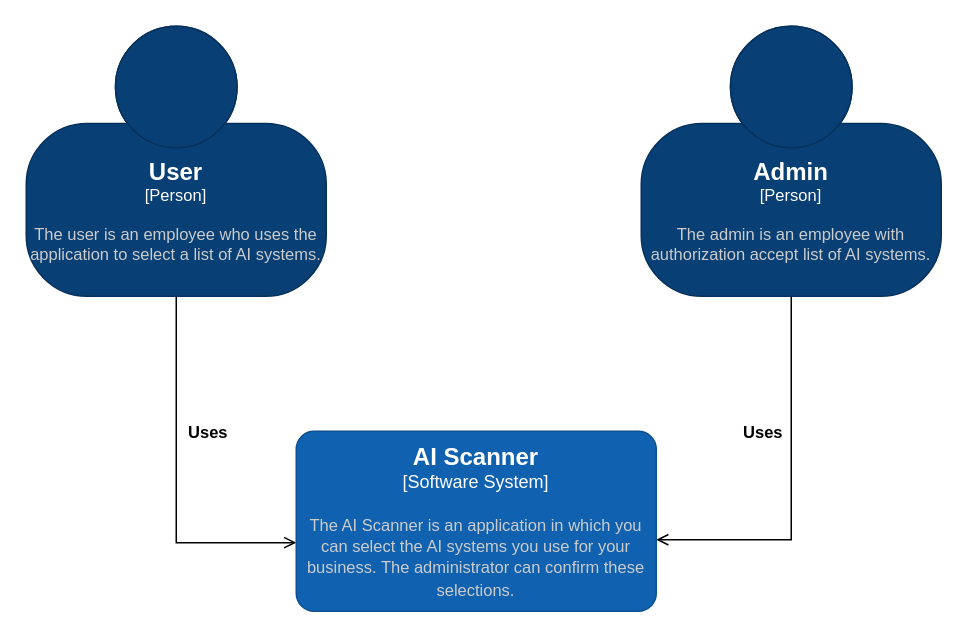
The draw.io diagram DrawIO/BaeContextDiagram.drawio in Proftaak-S3-TeamBae/Specification, before the edit. Source tidied: cells renumbered, new cells numbered last; positions are measured from the earlier drawing's top-left corner, leaving out a move shared by most shapes. Both pictures are drawn from the tidied source at 150%, with x=0, y=0 at pixel (26, 26).
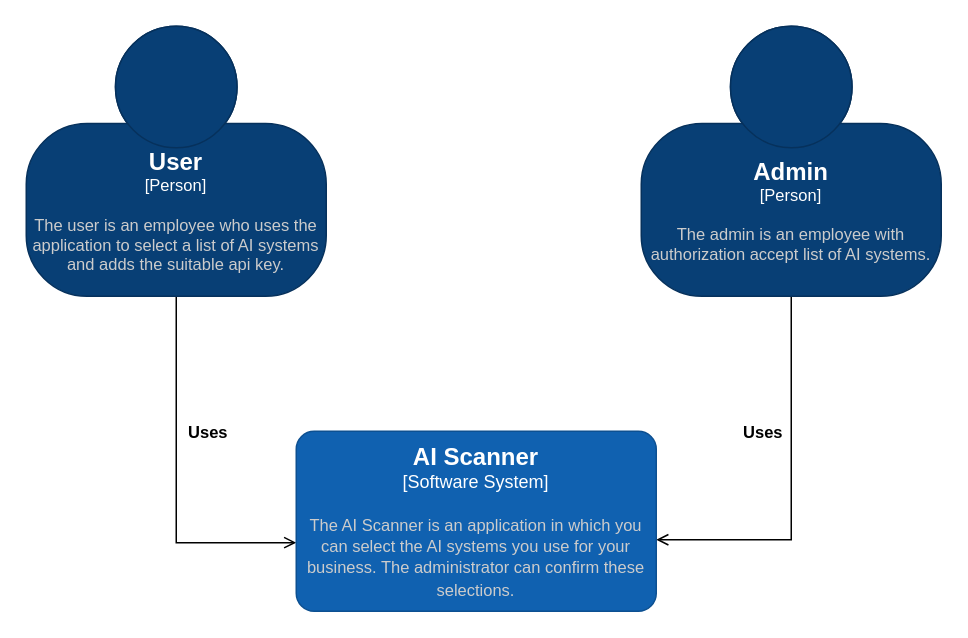
The same diagram, later.

Commit message (it also covers changes not shown here):
Updated Context Diagram and C4 Level 2

Diff of the diagram source:
```diff
@@
 <mxGraphModel>
   <root>
     <mxCell id="0" />
     <mxCell id="1" parent="0" />
     <mxCell id="2" style="edgeStyle=orthogonalEdgeStyle;rounded=0;jettySize=auto;html=1;exitX=0.5;exitY=1;exitDx=0;exitDy=0;exitPerimeter=0;entryX=0;entryY=0.619;entryDx=0;entryDy=0;entryPerimeter=0;endArrow=open;endFill=0;" parent="1" edge="1" source="4" target="8">
       <mxGeometry relative="1" as="geometry" />
     </mxCell>
     <mxCell id="3" value="&lt;b&gt;Uses&lt;/b&gt;" style="edgeLabel;html=1;align=center;verticalAlign=middle;" parent="2" vertex="1">
       <mxGeometry x="-0.37" relative="1" as="geometry">
         <mxPoint x="20" y="13" as="offset" />
       </mxGeometry>
     </mxCell>
-    <object id="4" label="&lt;font style=&quot;font-size: 16px&quot;&gt;&lt;b&gt;%c4Name%&lt;/b&gt;&lt;/font&gt;&lt;div&gt;[%c4Type%]&lt;/div&gt;&lt;br&gt;&lt;div&gt;&lt;font style=&quot;font-size: 11px&quot;&gt;&lt;font color=&quot;#cccccc&quot;&gt;%c4Description%&lt;/font&gt;&lt;/div&gt;" c4Description="The user is an employee who uses the application to select a list of AI systems." c4Name="User" c4Type="Person" placeholders="1">
+    <object id="4" label="&lt;font style=&quot;font-size: 16px&quot;&gt;&lt;b&gt;%c4Name%&lt;/b&gt;&lt;/font&gt;&lt;div&gt;[%c4Type%]&lt;/div&gt;&lt;br&gt;&lt;div&gt;&lt;font style=&quot;font-size: 11px&quot;&gt;&lt;font color=&quot;#cccccc&quot;&gt;%c4Description%&lt;/font&gt;&lt;/div&gt;" c4Description="The user is an employee who uses the application to select a list of AI systems and adds the suitable api key." c4Name="User" c4Type="Person" placeholders="1">
       <mxCell style="html=1;fontSize=11;dashed=0;whiteSpace=wrap;fillColor=#083F75;strokeColor=#06315C;fontColor=#ffffff;shape=mxgraph.c4.person2;align=center;points=[[0.5,0,0],[1,0.5,0],[1,0.75,0],[0.75,1,0],[0.5,1,0],[0.25,1,0],[0,0.75,0],[0,0.5,0]];" parent="1" vertex="1">
         <mxGeometry width="200" height="180" as="geometry" />
       </mxCell>
     </object>
     <mxCell id="5" style="edgeStyle=orthogonalEdgeStyle;rounded=0;jettySize=auto;html=1;exitX=0.5;exitY=1;exitDx=0;exitDy=0;exitPerimeter=0;entryX=1;entryY=0.603;entryDx=0;entryDy=0;entryPerimeter=0;endArrow=open;endFill=0;" parent="1" edge="1" source="7" target="8">
       <mxGeometry relative="1" as="geometry" />
     </mxCell>
     <mxCell id="6" value="&lt;b&gt;Uses&lt;/b&gt;" style="edgeLabel;html=1;align=center;verticalAlign=middle;" parent="5" vertex="1">
       <mxGeometry x="-0.42" y="-4" relative="1" as="geometry">
         <mxPoint x="-16" y="17" as="offset" />
       </mxGeometry>
     </mxCell>
     <object id="7" label="&lt;font style=&quot;font-size: 16px&quot;&gt;&lt;b&gt;%c4Name%&lt;/b&gt;&lt;/font&gt;&lt;div&gt;[%c4Type%]&lt;/div&gt;&lt;br&gt;&lt;div&gt;&lt;font style=&quot;font-size: 11px&quot;&gt;&lt;font color=&quot;#cccccc&quot;&gt;%c4Description%&lt;/font&gt;&lt;/div&gt;" c4Description="The admin is an employee with authorization accept list of AI systems." c4Name="Admin" c4Type="Person" placeholders="1">
       <mxCell style="html=1;fontSize=11;dashed=0;whiteSpace=wrap;fillColor=#083F75;strokeColor=#06315C;fontColor=#ffffff;shape=mxgraph.c4.person2;align=center;points=[[0.5,0,0],[1,0.5,0],[1,0.75,0],[0.75,1,0],[0.5,1,0],[0.25,1,0],[0,0.75,0],[0,0.5,0]];" parent="1" vertex="1">
         <mxGeometry x="410" width="200" height="180" as="geometry" />
       </mxCell>
     </object>
     <object id="8" label="&lt;font style=&quot;font-size: 16px&quot;&gt;&lt;b&gt;%c4Name%&lt;/b&gt;&lt;/font&gt;&lt;div&gt;[%c4Type%]&lt;/div&gt;&lt;br&gt;&lt;div&gt;&lt;font style=&quot;font-size: 11px&quot;&gt;&lt;font color=&quot;#cccccc&quot;&gt;%c4Description%&lt;/font&gt;&lt;/div&gt;" c4Description="The AI Scanner is an application in which you can select the AI systems you use for your business. The administrator can confirm these selections." c4Name="AI Scanner" c4Type="Software System" placeholders="1">
       <mxCell style="rounded=1;whiteSpace=wrap;html=1;labelBackgroundColor=none;fillColor=#1061B0;fontColor=#ffffff;align=center;arcSize=10;strokeColor=#0D5091;points=[[0.25,0,0],[0.5,0,0],[0.75,0,0],[1,0.25,0],[1,0.5,0],[1,0.75,0],[0.75,1,0],[0.5,1,0],[0.25,1,0],[0,0.75,0],[0,0.5,0],[0,0.25,0]];" parent="1" vertex="1">
         <mxGeometry x="180" y="270" width="240" height="120" as="geometry" />
       </mxCell>
     </object>
   </root>
 </mxGraphModel>
```
